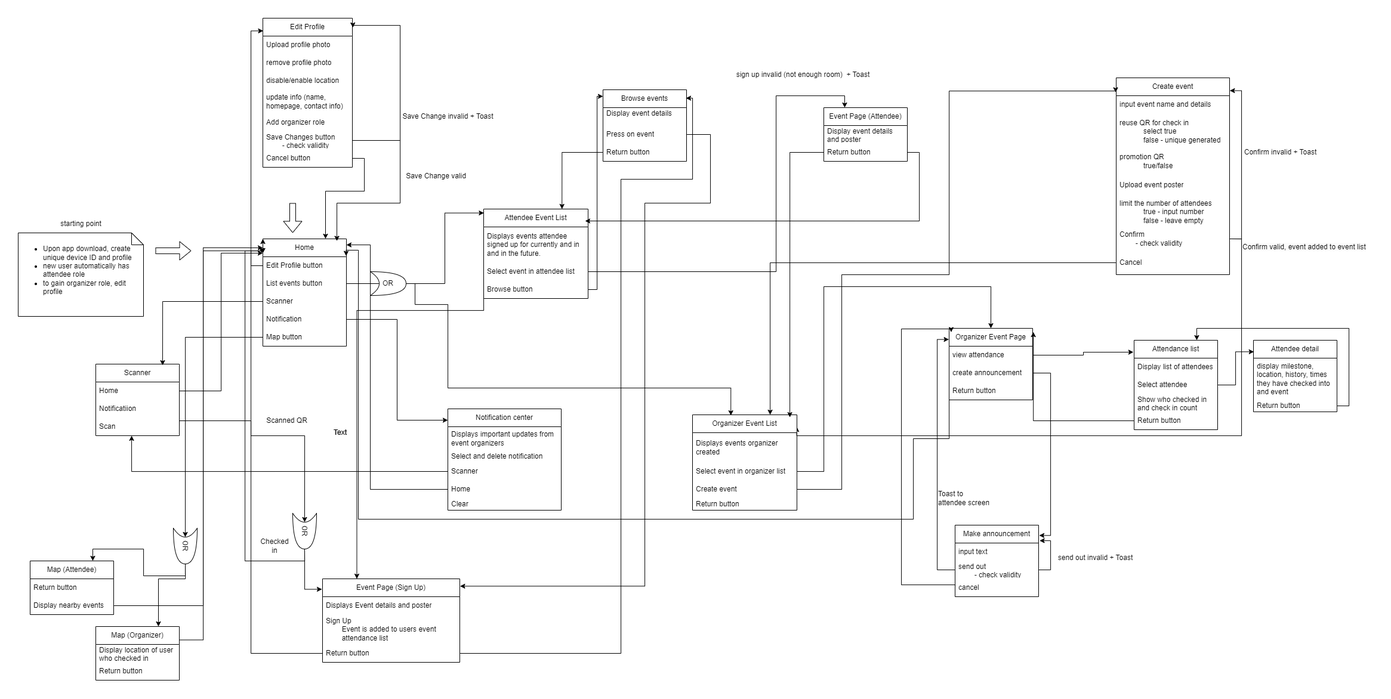
Above: StoryBoard.drawio.png in CMPUT301W24T20/Lins-Second-Strongest-Students (draw.io), before the change. Source tidied: cells renumbered, new cells last; positions are measured from the earlier drawing's top-left corner, leaving out a move shared by most shapes.
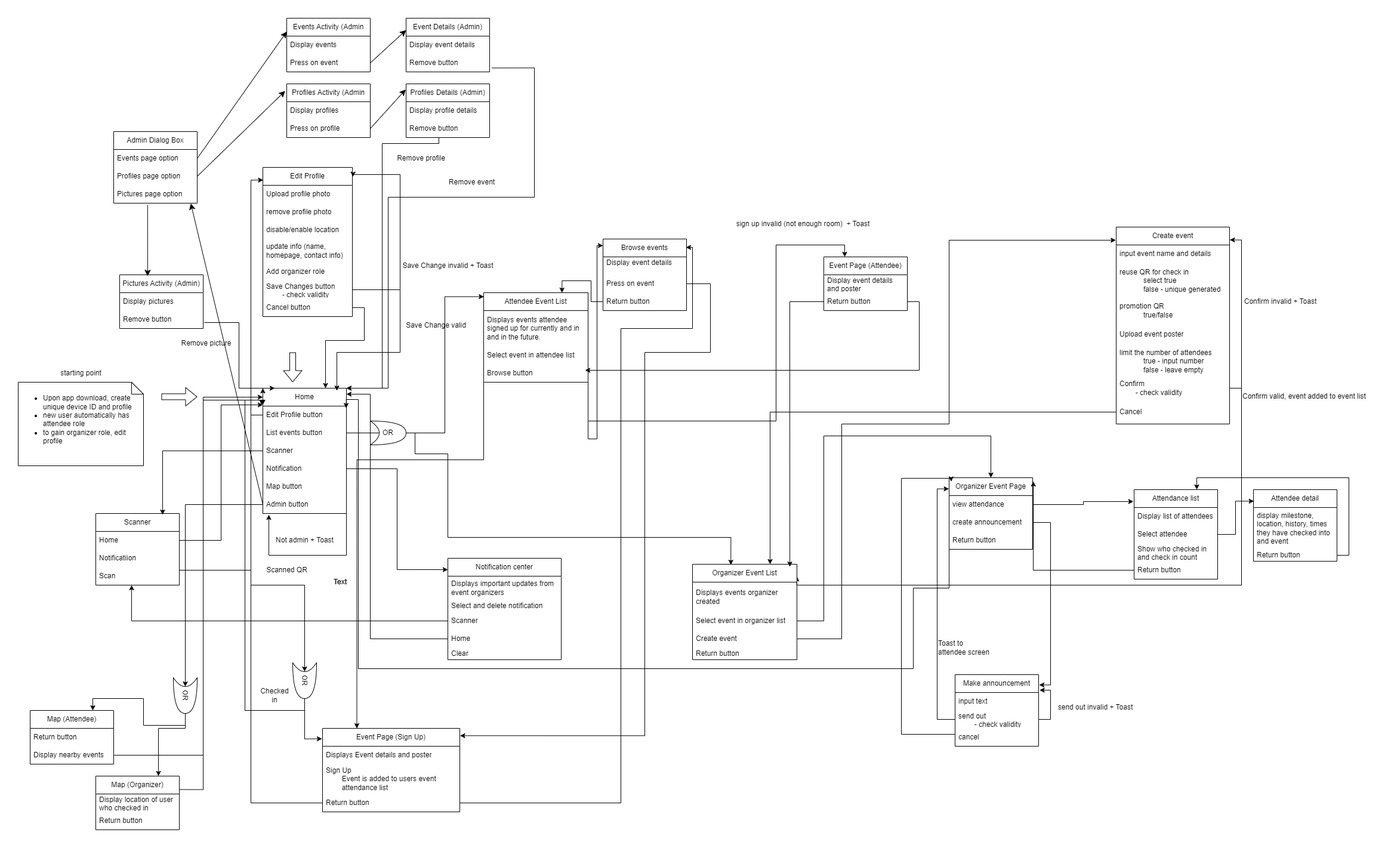
The same file after the commit.

What changed in the source:
```diff
@@ -45,7 +45,7 @@
       <mxGeometry y="360" width="210" height="140" as="geometry" />
     </mxCell>
     <mxCell id="14" value="Home" style="swimlane;fontStyle=0;horizontal=1;startSize=30;whiteSpace=wrap;html=1;" parent="1" vertex="1">
-      <mxGeometry x="410" y="370" width="140" height="180" as="geometry" />
+      <mxGeometry x="410" y="370" width="140" height="210" as="geometry" />
     </mxCell>
     <mxCell id="15" value="Edit Profile button" style="text;strokeColor=none;fillColor=none;align=left;verticalAlign=middle;spacingLeft=4;spacingRight=4;overflow=hidden;points=[[0,0.5],[1,0.5]];portConstraint=eastwest;whiteSpace=wrap;html=1;" parent="14" vertex="1">
       <mxGeometry y="30" width="140" height="30" as="geometry" />
@@ -59,9 +59,22 @@
     <mxCell id="18" value="Notification" style="text;strokeColor=none;fillColor=none;align=left;verticalAlign=middle;spacingLeft=4;spacingRight=4;overflow=hidden;points=[[0,0.5],[1,0.5]];portConstraint=eastwest;whiteSpace=wrap;html=1;" parent="14" vertex="1">
       <mxGeometry y="120" width="140" height="30" as="geometry" />
     </mxCell>
+    <mxCell id="136" value="Map button" style="text;strokeColor=none;fillColor=none;align=left;verticalAlign=middle;spacingLeft=4;spacingRight=4;overflow=hidden;whiteSpace=wrap;html=1;" parent="14" vertex="1">
+      <mxGeometry y="150" width="140" height="30" as="geometry" />
+    </mxCell>
-    <mxCell id="19" value="Map button" style="text;strokeColor=none;fillColor=none;align=left;verticalAlign=middle;spacingLeft=4;spacingRight=4;overflow=hidden;points=[[0,0.5],[1,0.5]];portConstraint=eastwest;whiteSpace=wrap;html=1;" parent="14" vertex="1">
-      <mxGeometry y="150" width="140" height="30" as="geometry" />
+    <mxCell id="19" value="Admin button" style="text;strokeColor=none;fillColor=none;align=left;verticalAlign=middle;spacingLeft=4;spacingRight=4;overflow=hidden;points=[[0,0.5],[1,0.5]];portConstraint=eastwest;whiteSpace=wrap;html=1;" parent="14" vertex="1">
+      <mxGeometry y="180" width="140" height="30" as="geometry" />
     </mxCell>
+    <mxCell id="137" style="edgeStyle=orthogonalEdgeStyle;rounded=0;jettySize=auto;html=1;exitX=1;exitY=0.5;exitDx=0;exitDy=0;" parent="14" edge="1" source="19">
+      <mxGeometry relative="1" as="geometry">
+        <mxPoint x="10" y="212" as="targetPoint" />
+        <Array as="points">
+          <mxPoint x="140" y="280" />
+          <mxPoint x="10" y="280" />
+          <mxPoint x="10" y="212" />
+        </Array>
+      </mxGeometry>
+    </mxCell>
     <mxCell id="20" value="Event Page (Sign Up)" style="swimlane;fontStyle=0;horizontal=1;startSize=30;whiteSpace=wrap;html=1;" parent="1" vertex="1">
       <mxGeometry x="510" y="940" width="230" height="140" as="geometry" />
     </mxCell>
@@ -213,7 +226,7 @@
       <mxGeometry y="150" width="190" height="20" as="geometry" />
     </mxCell>
     <mxCell id="65" value="Attendee Event List" style="swimlane;fontStyle=0;horizontal=1;startSize=30;whiteSpace=wrap;html=1;" parent="1" vertex="1">
-      <mxGeometry x="780" y="320" width="175" height="150" as="geometry" />
+      <mxGeometry x="780" y="210" width="175" height="150" as="geometry" />
     </mxCell>
     <mxCell id="66" value="Displays&amp;nbsp;events attendee signed up for currently and in and in the future." style="text;strokeColor=none;fillColor=none;align=left;verticalAlign=middle;spacingLeft=4;spacingRight=4;overflow=hidden;whiteSpace=wrap;html=1;" parent="65" vertex="1">
       <mxGeometry y="30" width="175" height="60" as="geometry" />
@@ -304,8 +317,8 @@
     </mxCell>
     <mxCell id="87" style="shape=flexArrow;endArrow=classic;html=1;rounded=0;" parent="1" edge="1">
       <mxGeometry relative="1" as="geometry">
-        <mxPoint x="230" y="390" as="sourcePoint" />
-        <mxPoint x="290" y="390" as="targetPoint" />
+        <mxPoint x="240" y="384.4" as="sourcePoint" />
+        <mxPoint x="300" y="384.4" as="targetPoint" />
       </mxGeometry>
     </mxCell>
     <mxCell id="88" style="shape=flexArrow;endArrow=classic;html=1;rounded=0;" parent="1" edge="1">
@@ -552,5 +565,124 @@
         </Array>
       </mxGeometry>
     </mxCell>
+    <mxCell id="138" value="Admin Dialog Box" style="swimlane;fontStyle=0;horizontal=1;startSize=30;whiteSpace=wrap;html=1;" parent="1" vertex="1">
+      <mxGeometry x="160" y="-60" width="140" height="120" as="geometry" />
+    </mxCell>
+    <mxCell id="139" value="Events page option" style="text;strokeColor=none;fillColor=none;align=left;verticalAlign=middle;spacingLeft=4;spacingRight=4;overflow=hidden;points=[[0,0.5],[1,0.5]];portConstraint=eastwest;whiteSpace=wrap;html=1;" parent="138" vertex="1">
+      <mxGeometry y="30" width="140" height="30" as="geometry" />
+    </mxCell>
+    <mxCell id="140" value="Profiles page option" style="text;strokeColor=none;fillColor=none;align=left;verticalAlign=middle;spacingLeft=4;spacingRight=4;overflow=hidden;points=[[0,0.5],[1,0.5]];portConstraint=eastwest;whiteSpace=wrap;html=1;" parent="138" vertex="1">
+      <mxGeometry y="60" width="140" height="30" as="geometry" />
+    </mxCell>
+    <mxCell id="141" value="Pictures page option" style="text;strokeColor=none;fillColor=none;align=left;verticalAlign=middle;spacingLeft=4;spacingRight=4;overflow=hidden;points=[[0,0.5],[1,0.5]];portConstraint=eastwest;whiteSpace=wrap;html=1;" parent="138" vertex="1">
+      <mxGeometry y="90" width="140" height="30" as="geometry" />
+    </mxCell>
+    <mxCell id="142" style="edgeStyle=none;curved=1;rounded=0;jettySize=auto;html=1;exitX=0;exitY=0.5;exitDx=0;exitDy=0;fontSize=12;startSize=8;endSize=8;entryX=0.923;entryY=1.016;entryDx=0;entryDy=0;entryPerimeter=0;" parent="1" edge="1" source="19" target="141">
+      <mxGeometry relative="1" as="geometry" />
+    </mxCell>
+    <mxCell id="143" value="Not admin + Toast" style="text;html=1;align=center;verticalAlign=middle;strokeColor=none;fillColor=none;" parent="1" vertex="1">
+      <mxGeometry x="420" y="610" width="120" height="30" as="geometry" />
+    </mxCell>
+    <mxCell id="144" value="Pictures Activity (Admin)" style="swimlane;fontStyle=0;horizontal=1;startSize=30;whiteSpace=wrap;html=1;" parent="1" vertex="1">
+      <mxGeometry x="170" y="180" width="140" height="90" as="geometry" />
+    </mxCell>
+    <mxCell id="145" value="Display pictures" style="text;strokeColor=none;fillColor=none;align=left;verticalAlign=middle;spacingLeft=4;spacingRight=4;overflow=hidden;whiteSpace=wrap;html=1;" parent="144" vertex="1">
+      <mxGeometry y="30" width="140" height="30" as="geometry" />
+    </mxCell>
+    <mxCell id="146" value="Remove button" style="text;strokeColor=none;fillColor=none;align=left;verticalAlign=middle;spacingLeft=4;spacingRight=4;overflow=hidden;whiteSpace=wrap;html=1;" parent="144" vertex="1">
+      <mxGeometry y="60" width="140" height="30" as="geometry" />
+    </mxCell>
+    <mxCell id="147" style="edgeStyle=none;curved=1;rounded=0;jettySize=auto;html=1;exitX=0.406;exitY=1.099;exitDx=0;exitDy=0;fontSize=12;startSize=8;endSize=8;entryX=0.335;entryY=0.024;entryDx=0;entryDy=0;exitPerimeter=0;entryPerimeter=0;" parent="1" edge="1" source="141" target="144">
+      <mxGeometry relative="1" as="geometry" />
+    </mxCell>
+    <mxCell id="148" style="edgeStyle=orthogonalEdgeStyle;rounded=0;orthogonalLoop=1;jettySize=auto;html=1;" parent="1" edge="1">
+      <mxGeometry relative="1" as="geometry">
+        <mxPoint x="312" y="260" as="sourcePoint" />
+        <mxPoint x="430" y="370" as="targetPoint" />
+        <Array as="points">
+          <mxPoint x="312" y="260" />
+          <mxPoint x="370" y="260" />
+          <mxPoint x="370" y="370" />
+        </Array>
+      </mxGeometry>
+    </mxCell>
+    <mxCell id="149" value="Profiles Activity (Admin" style="swimlane;fontStyle=0;horizontal=1;startSize=30;whiteSpace=wrap;html=1;" parent="1" vertex="1">
+      <mxGeometry x="450" y="-140" width="140" height="90" as="geometry" />
+    </mxCell>
+    <mxCell id="150" value="Display profiles" style="text;strokeColor=none;fillColor=none;align=left;verticalAlign=middle;spacingLeft=4;spacingRight=4;overflow=hidden;whiteSpace=wrap;html=1;" parent="149" vertex="1">
+      <mxGeometry y="30" width="140" height="30" as="geometry" />
+    </mxCell>
+    <mxCell id="151" value="Press on profile" style="text;strokeColor=none;fillColor=none;align=left;verticalAlign=middle;spacingLeft=4;spacingRight=4;overflow=hidden;points=[[0,0.5],[1,0.5]];portConstraint=eastwest;whiteSpace=wrap;html=1;" parent="149" vertex="1">
+      <mxGeometry y="60" width="140" height="30" as="geometry" />
+    </mxCell>
+    <mxCell id="152" style="edgeStyle=none;curved=1;rounded=0;jettySize=auto;html=1;exitX=1;exitY=0.5;exitDx=0;exitDy=0;fontSize=12;startSize=8;endSize=8;entryX=-0.019;entryY=0.133;entryDx=0;entryDy=0;entryPerimeter=0;" parent="1" edge="1" source="140" target="149">
+      <mxGeometry relative="1" as="geometry" />
+    </mxCell>
+    <mxCell id="153" value="Profiles Details (Admin)" style="swimlane;fontStyle=0;horizontal=1;startSize=30;whiteSpace=wrap;html=1;" parent="1" vertex="1">
+      <mxGeometry x="650" y="-140" width="140" height="90" as="geometry" />
+    </mxCell>
+    <mxCell id="154" value="Display profile details" style="text;strokeColor=none;fillColor=none;align=left;verticalAlign=middle;spacingLeft=4;spacingRight=4;overflow=hidden;whiteSpace=wrap;html=1;" parent="153" vertex="1">
+      <mxGeometry y="30" width="140" height="30" as="geometry" />
+    </mxCell>
+    <mxCell id="155" value="Remove button" style="text;strokeColor=none;fillColor=none;align=left;verticalAlign=middle;spacingLeft=4;spacingRight=4;overflow=hidden;points=[[0,0.5],[1,0.5]];portConstraint=eastwest;whiteSpace=wrap;html=1;" parent="153" vertex="1">
+      <mxGeometry y="60" width="140" height="30" as="geometry" />
+    </mxCell>
+    <mxCell id="156" style="edgeStyle=orthogonalEdgeStyle;rounded=0;jettySize=auto;html=1;exitX=0.392;exitY=1.002;exitDx=0;exitDy=0;entryX=1;entryY=0;entryDx=0;entryDy=0;exitPerimeter=0;" parent="1" edge="1" source="155" target="14">
+      <mxGeometry relative="1" as="geometry">
+        <Array as="points">
+          <mxPoint x="705" y="-40" />
+          <mxPoint x="610" y="-40" />
+          <mxPoint x="610" y="370" />
+        </Array>
+      </mxGeometry>
+    </mxCell>
+    <mxCell id="157" value="Remove profile" style="text;html=1;align=center;verticalAlign=middle;strokeColor=none;fillColor=none;" parent="1" vertex="1">
+      <mxGeometry x="625" y="-30" width="100" height="30" as="geometry" />
+    </mxCell>
+    <mxCell id="158" style="edgeStyle=none;curved=1;rounded=0;jettySize=auto;html=1;exitX=1;exitY=0.5;exitDx=0;exitDy=0;entryX=-0.005;entryY=0.106;entryDx=0;entryDy=0;entryPerimeter=0;fontSize=12;startSize=8;endSize=8;" parent="1" edge="1" source="151" target="153">
+      <mxGeometry relative="1" as="geometry" />
+    </mxCell>
+    <mxCell id="159" value="Events Activity (Admin" style="swimlane;fontStyle=0;horizontal=1;startSize=30;whiteSpace=wrap;html=1;" parent="1" vertex="1">
+      <mxGeometry x="450" y="-250" width="140" height="90" as="geometry" />
+    </mxCell>
+    <mxCell id="160" value="Display events" style="text;strokeColor=none;fillColor=none;align=left;verticalAlign=middle;spacingLeft=4;spacingRight=4;overflow=hidden;whiteSpace=wrap;html=1;" parent="159" vertex="1">
+      <mxGeometry y="30" width="140" height="30" as="geometry" />
+    </mxCell>
+    <mxCell id="161" style="edgeStyle=none;curved=1;rounded=0;jettySize=auto;html=1;exitX=1;exitY=0.5;exitDx=0;exitDy=0;fontSize=12;startSize=8;endSize=8;" parent="159" edge="1" source="162">
+      <mxGeometry relative="1" as="geometry">
+        <mxPoint x="200" y="20" as="targetPoint" />
+      </mxGeometry>
+    </mxCell>
+    <mxCell id="162" value="Press on event" style="text;strokeColor=none;fillColor=none;align=left;verticalAlign=middle;spacingLeft=4;spacingRight=4;overflow=hidden;points=[[0,0.5],[1,0.5]];portConstraint=eastwest;whiteSpace=wrap;html=1;" parent="159" vertex="1">
+      <mxGeometry y="60" width="140" height="30" as="geometry" />
+    </mxCell>
+    <mxCell id="163" style="edgeStyle=none;curved=1;rounded=0;jettySize=auto;html=1;exitX=1;exitY=0.5;exitDx=0;exitDy=0;fontSize=12;startSize=8;endSize=8;entryX=0;entryY=0.25;entryDx=0;entryDy=0;" parent="1" edge="1" source="139" target="159">
+      <mxGeometry relative="1" as="geometry" />
+    </mxCell>
+    <mxCell id="164" value="Event Details (Admin)" style="swimlane;fontStyle=0;horizontal=1;startSize=30;whiteSpace=wrap;html=1;" parent="1" vertex="1">
+      <mxGeometry x="650" y="-250" width="140" height="90" as="geometry" />
+    </mxCell>
+    <mxCell id="165" value="Display event details" style="text;strokeColor=none;fillColor=none;align=left;verticalAlign=middle;spacingLeft=4;spacingRight=4;overflow=hidden;whiteSpace=wrap;html=1;" parent="164" vertex="1">
+      <mxGeometry y="30" width="140" height="30" as="geometry" />
+    </mxCell>
+    <mxCell id="166" value="Remove button" style="text;strokeColor=none;fillColor=none;align=left;verticalAlign=middle;spacingLeft=4;spacingRight=4;overflow=hidden;points=[[0,0.5],[1,0.5]];portConstraint=eastwest;whiteSpace=wrap;html=1;" parent="164" vertex="1">
+      <mxGeometry y="60" width="140" height="30" as="geometry" />
+    </mxCell>
+    <mxCell id="167" style="edgeStyle=orthogonalEdgeStyle;rounded=0;jettySize=auto;html=1;entryX=1;entryY=0;entryDx=0;entryDy=0;exitX=1.027;exitY=0.78;exitDx=0;exitDy=0;exitPerimeter=0;" parent="1" edge="1" source="166" target="14">
+      <mxGeometry relative="1" as="geometry">
+        <Array as="points">
+          <mxPoint x="865" y="-167" />
+          <mxPoint x="865" y="50" />
+          <mxPoint x="620" y="50" />
+          <mxPoint x="620" y="370" />
+        </Array>
+      </mxGeometry>
+    </mxCell>
+    <mxCell id="168" value="Remove event" style="text;html=1;align=center;verticalAlign=middle;strokeColor=none;fillColor=none;" parent="1" vertex="1">
+      <mxGeometry x="710" y="10" width="100" height="30" as="geometry" />
+    </mxCell>
+    <mxCell id="169" value="Remove picture" style="text;html=1;align=center;verticalAlign=middle;strokeColor=none;fillColor=none;" parent="1" vertex="1">
+      <mxGeometry x="260" y="280" width="110" height="30" as="geometry" />
+    </mxCell>
   </root>
 </mxGraphModel>
```
